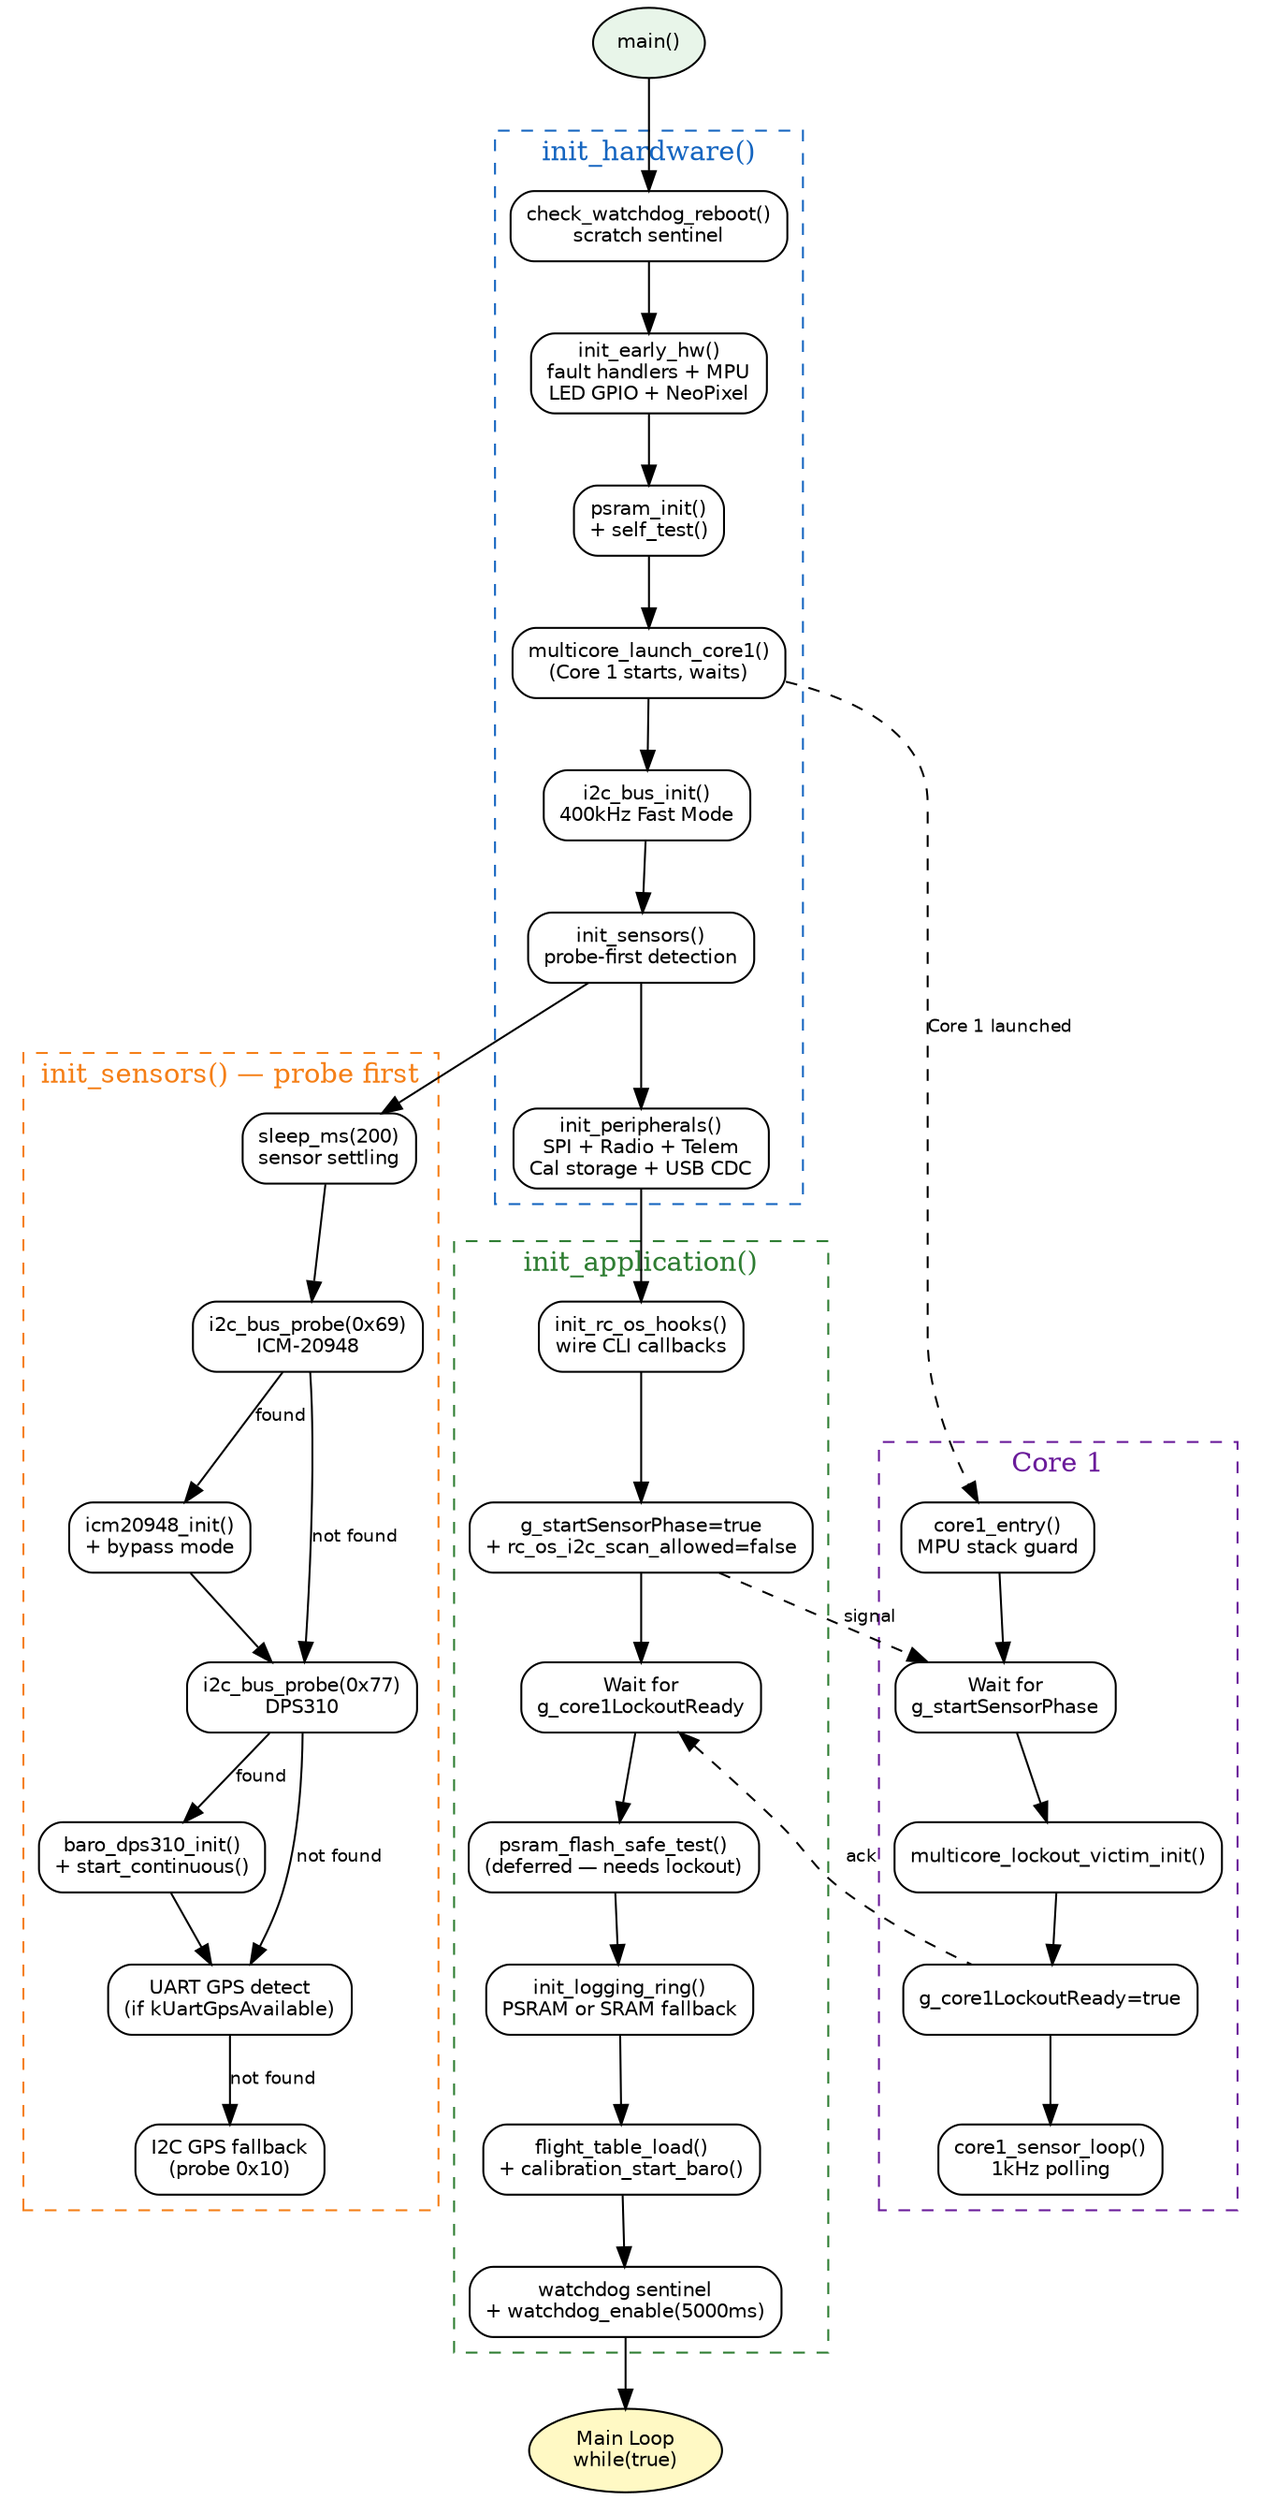
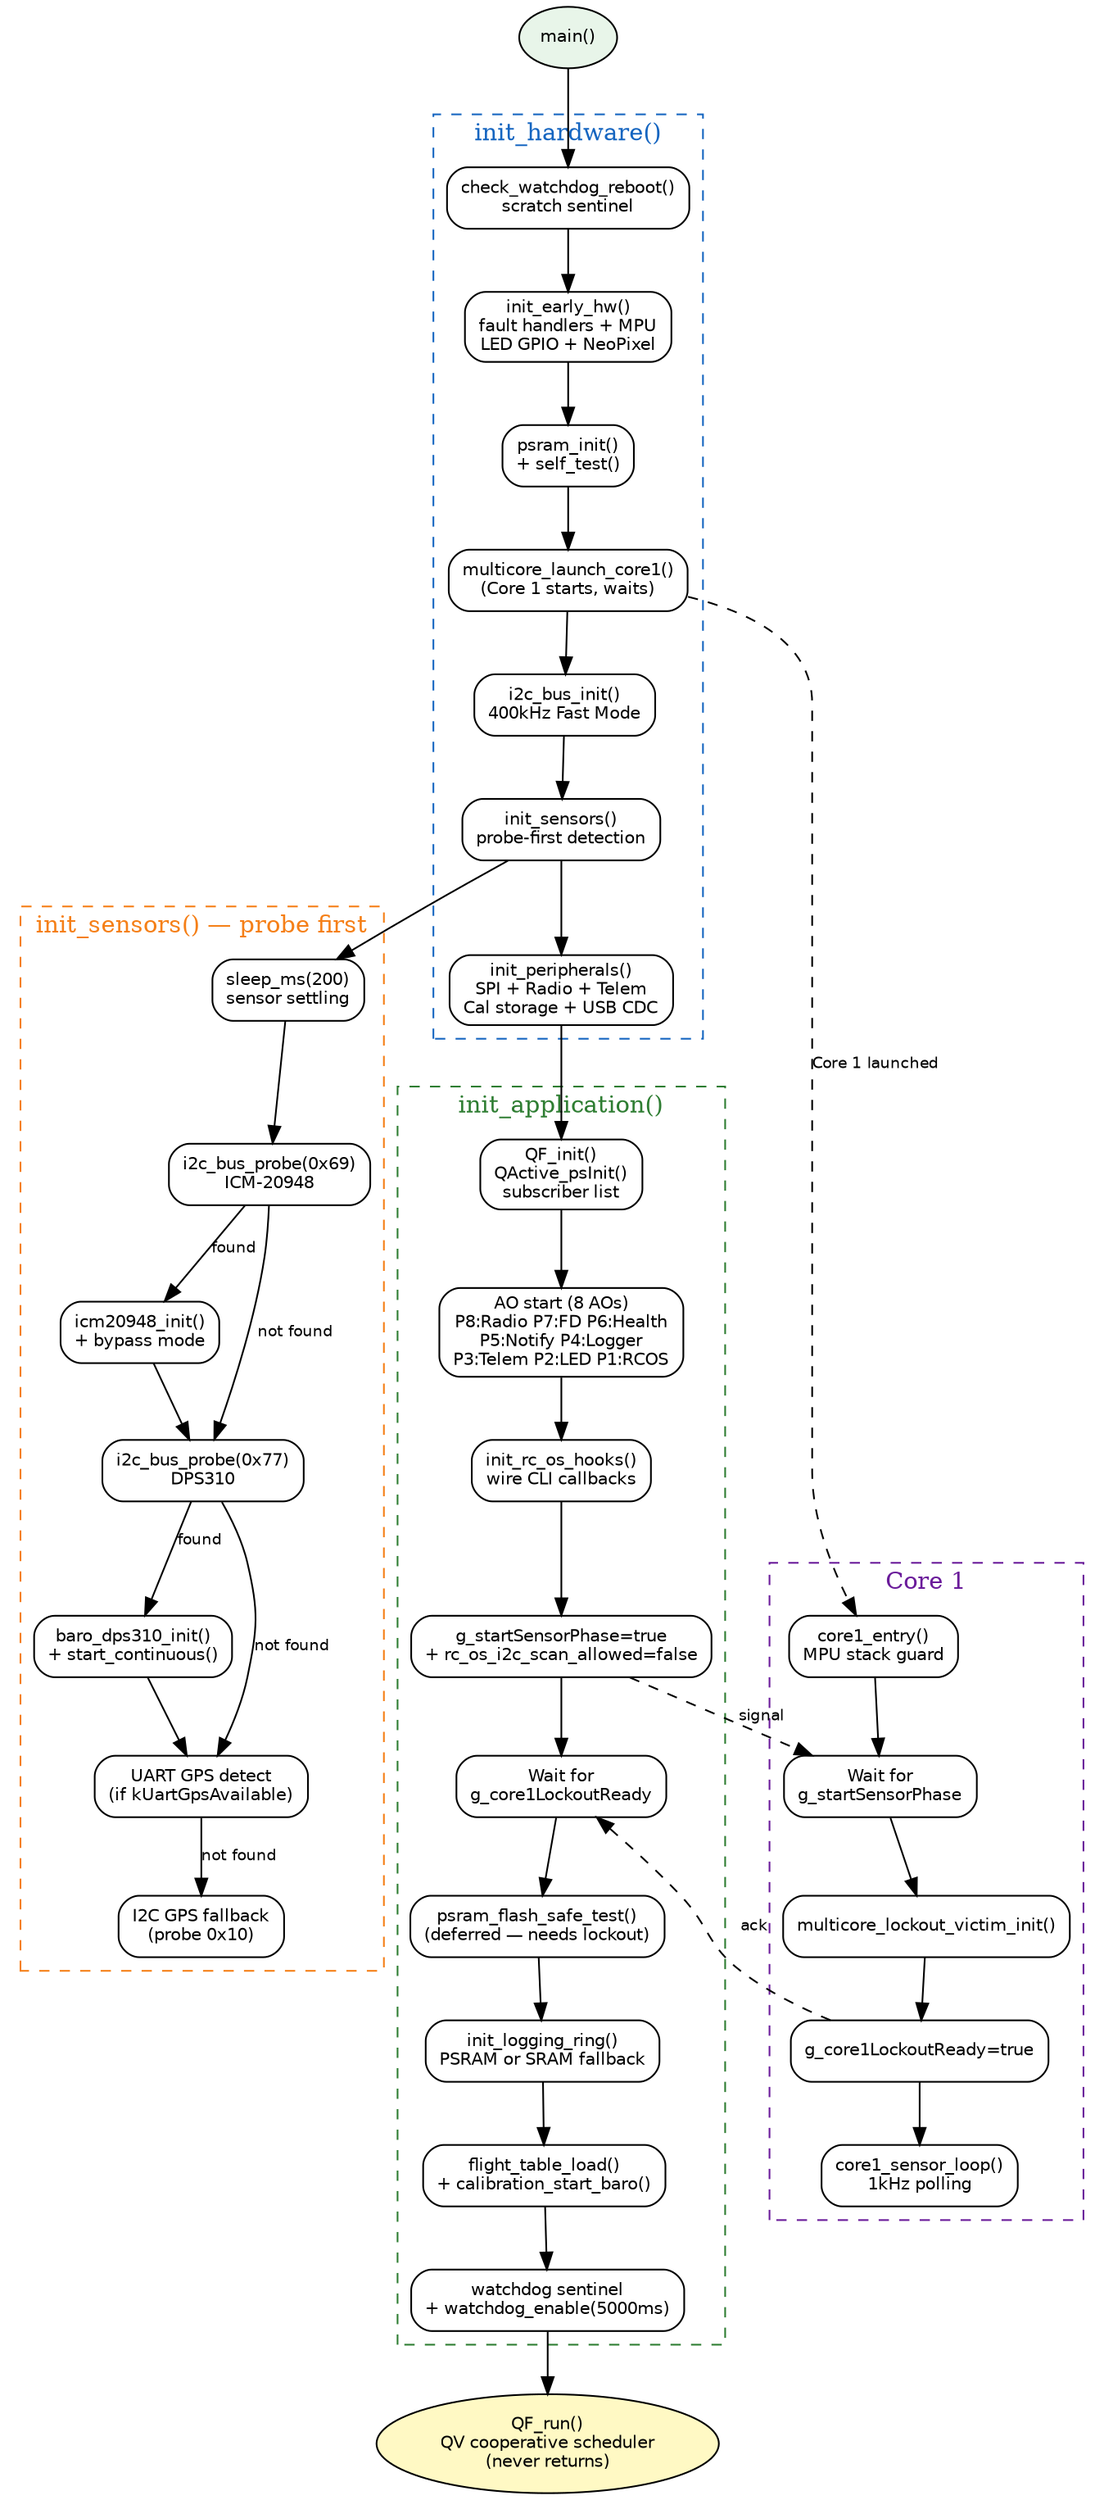
- // RocketChip Boot Sequence — init_hardware() → init_application() → main loop
+ // RocketChip Boot Sequence — init_hardware() → init_application() → QF_run()
+ // Post-Stage 16A: QP/C QV Active Object architecture
// Render: dot -Tsvg boot_sequence.dot -o boot_sequence.svg

digraph boot_sequence {
    rankdir=TB;
    node [shape=box, style=rounded, fontname="Helvetica", fontsize=10];
    edge [fontname="Helvetica", fontsize=9];

    // Entry
    main [label="main()", shape=ellipse, style=filled, fillcolor="#E8F5E9"];

    // init_hardware
    subgraph cluster_hw {
        label="init_hardware()";
        style=dashed;
        color="#1565C0";
        fontcolor="#1565C0";

        wdt_check [label="check_watchdog_reboot()\nscratch sentinel"];
        early_hw [label="init_early_hw()\nfault handlers + MPU\nLED GPIO + NeoPixel"];
        psram_init [label="psram_init()\n+ self_test()"];
        core1_launch [label="multicore_launch_core1()\n(Core 1 starts, waits)"];
        i2c_init [label="i2c_bus_init()\n400kHz Fast Mode"];
        sensor_init [label="init_sensors()\nprobe-first detection"];
        periph_init [label="init_peripherals()\nSPI + Radio + Telem\nCal storage + USB CDC"];

        wdt_check -> early_hw -> psram_init -> core1_launch;
        core1_launch -> i2c_init -> sensor_init -> periph_init;
    }

    // init_application
    subgraph cluster_app {
        label="init_application()";
        style=dashed;
        color="#2E7D32";
        fontcolor="#2E7D32";

+         qf_init [label="QF_init()\nQActive_psInit()\nsubscriber list"];
+         ao_start [label="AO start (8 AOs)\nP8:Radio P7:FD P6:Health\nP5:Notify P4:Logger\nP3:Telem P2:LED P1:RCOS"];
        hooks_init [label="init_rc_os_hooks()\nwire CLI callbacks"];
        signal_core1 [label="g_startSensorPhase=true\n+ rc_os_i2c_scan_allowed=false"];
        wait_lockout [label="Wait for\ng_core1LockoutReady"];
        psram_test [label="psram_flash_safe_test()\n(deferred — needs lockout)"];
        logging_init [label="init_logging_ring()\nPSRAM or SRAM fallback"];
        flight_load [label="flight_table_load()\n+ calibration_start_baro()"];
        wdt_enable [label="watchdog sentinel\n+ watchdog_enable(5000ms)"];

-         hooks_init -> signal_core1 -> wait_lockout -> psram_test;
+         qf_init -> ao_start -> hooks_init -> signal_core1 -> wait_lockout -> psram_test;
        psram_test -> logging_init -> flight_load -> wdt_enable;
    }

    // Sensor detection
    subgraph cluster_sensors {
        label="init_sensors() — probe first";
        style=dashed;
        color="#F57F17";
        fontcolor="#F57F17";

        settle [label="sleep_ms(200)\nsensor settling"];
        imu_probe [label="i2c_bus_probe(0x69)\nICM-20948"];
        imu_init [label="icm20948_init()\n+ bypass mode"];
        baro_probe [label="i2c_bus_probe(0x77)\nDPS310"];
        baro_init [label="baro_dps310_init()\n+ start_continuous()"];
        gps_uart [label="UART GPS detect\n(if kUartGpsAvailable)"];
        gps_i2c [label="I2C GPS fallback\n(probe 0x10)"];

        settle -> imu_probe;
        imu_probe -> imu_init [label="found"];
        imu_probe -> baro_probe [label="not found"];
        imu_init -> baro_probe;
        baro_probe -> baro_init [label="found"];
        baro_probe -> gps_uart [label="not found"];
        baro_init -> gps_uart;
        gps_uart -> gps_i2c [label="not found"];
    }

    // Core 1
    subgraph cluster_core1 {
        label="Core 1";
        style=dashed;
        color="#6A1B9A";
        fontcolor="#6A1B9A";

        c1_entry [label="core1_entry()\nMPU stack guard"];
        c1_wait [label="Wait for\ng_startSensorPhase"];
        c1_lockout [label="multicore_lockout_victim_init()"];
        c1_ready [label="g_core1LockoutReady=true"];
        c1_loop [label="core1_sensor_loop()\n1kHz polling"];

        c1_entry -> c1_wait -> c1_lockout -> c1_ready -> c1_loop;
    }

-     // Main loop
-     main_loop [label="Main Loop\nwhile(true)", shape=ellipse, style=filled, fillcolor="#FFF9C4"];
+     // QV scheduler
+     qf_run [label="QF_run()\nQV cooperative scheduler\n(never returns)", shape=ellipse, style=filled, fillcolor="#FFF9C4"];

    // Edges
    main -> wdt_check;
-     periph_init -> hooks_init;
-     wdt_enable -> main_loop;
+     periph_init -> qf_init;
+     wdt_enable -> qf_run;
    core1_launch -> c1_entry [style=dashed, label="Core 1 launched"];
    signal_core1 -> c1_wait [style=dashed, label="signal"];
    wait_lockout -> c1_ready [style=dashed, dir=back, label="ack"];
    sensor_init -> settle;
}
